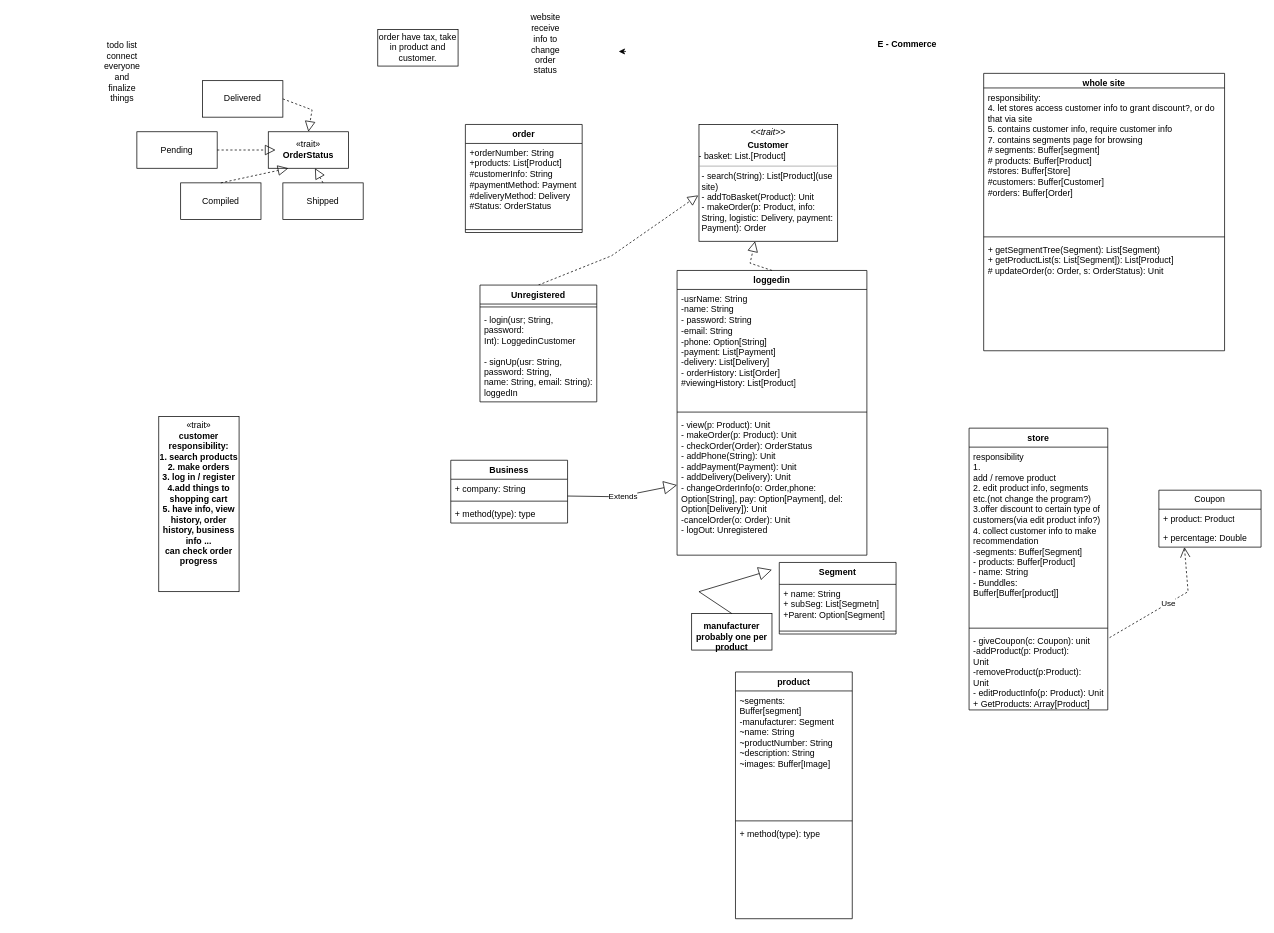
Earlier version of the draw.io diagram Untitled Diagram.drawio (picadud/StudioA). Source tidied: cells renumbered, new cells numbered last; positions are measured from the earlier drawing's top-left corner, leaving out a move shared by most shapes. Both pictures are drawn from the tidied source at 73%, with x=0, y=0 at pixel (100, 15).
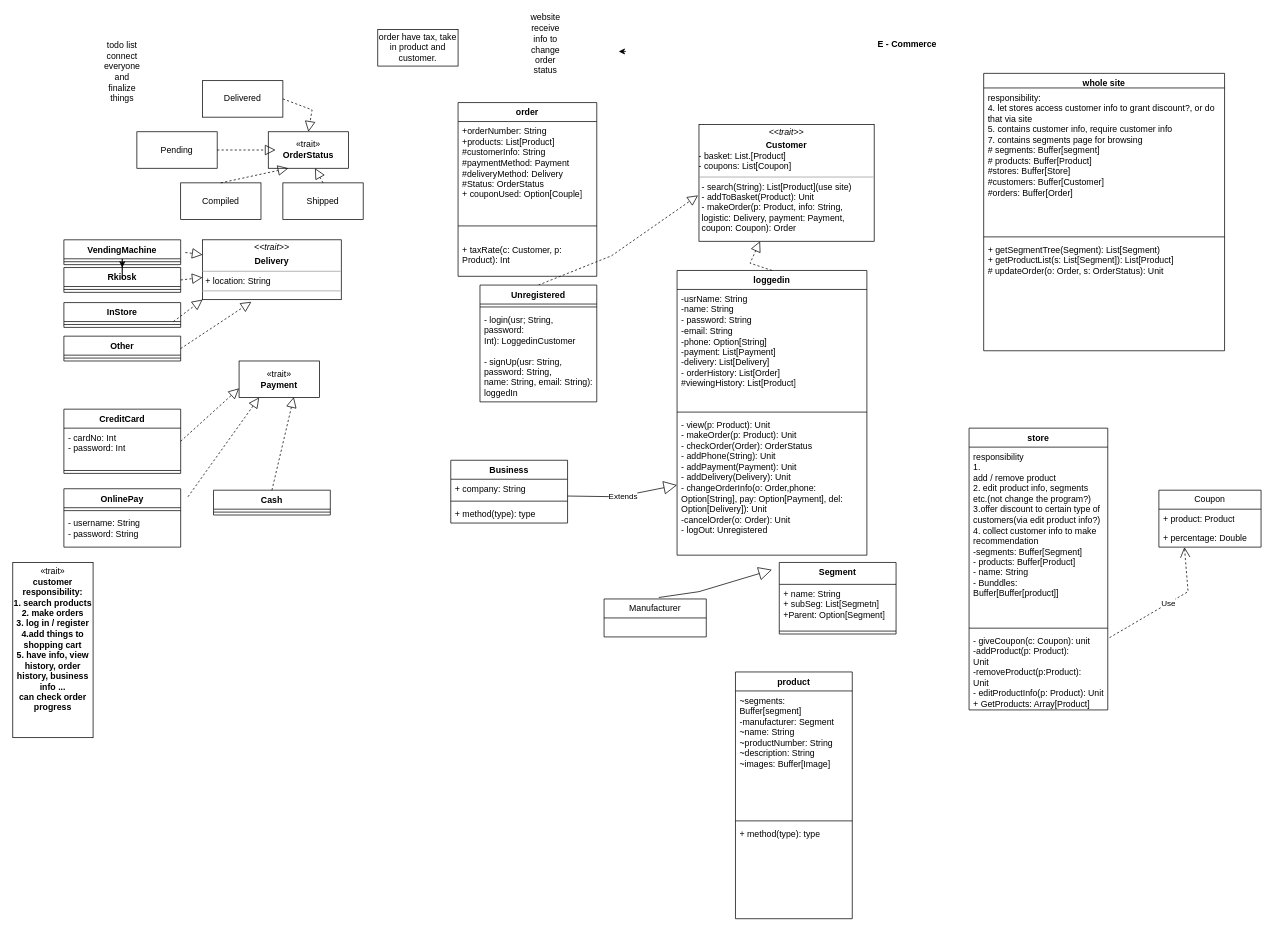
The same page after the edit.

What changed in the source:
```diff
@@
     <mxCell id="7" value="&lt;div&gt;«trait»&lt;/div&gt;&lt;div&gt;&lt;b&gt;customer&lt;/b&gt;&lt;/div&gt;&lt;div&gt;&lt;b&gt;responsibility:&lt;/b&gt;&lt;/div&gt;&lt;div&gt;&lt;b&gt;1. search products&lt;/b&gt;&lt;/div&gt;&lt;div&gt;&lt;b&gt;2. make orders&lt;/b&gt;&lt;/div&gt;&lt;div&gt;&lt;b&gt;3. log in / register&lt;/b&gt;&lt;/div&gt;&lt;div&gt;&lt;b&gt;4.add things to shopping cart&lt;/b&gt;&lt;/div&gt;&lt;div&gt;&lt;b&gt;5. have info, view history, order history, business info ...&lt;br&gt;&lt;/b&gt;&lt;/div&gt;&lt;div&gt;&lt;b&gt;can check order progress&lt;br&gt;&lt;/b&gt;&lt;/div&gt;&lt;div&gt;&lt;b&gt;&lt;br&gt;&lt;/b&gt;&lt;/div&gt;&lt;div&gt;&lt;b&gt;&lt;br&gt;&lt;/b&gt;&lt;/div&gt;" style="html=1;whiteSpace=wrap;" parent="1" vertex="1">
-      <mxGeometry x="80" y="550" width="110" height="240" as="geometry" />
+      <mxGeometry x="-120" y="750" width="110" height="240" as="geometry" />
     </mxCell>
@@
     <mxCell id="16" value="order" style="swimlane;fontStyle=1;align=center;verticalAlign=top;horizontal=1;startSize=26;whiteSpace=wrap;html=1;" parent="1" vertex="1">
-      <mxGeometry x="500" y="150" width="160" height="148" as="geometry" />
+      <mxGeometry x="490" y="120" width="190" height="238" as="geometry" />
     </mxCell>
-    <mxCell id="17" value="&lt;div&gt;+orderNumber: String&lt;/div&gt;&lt;div&gt;+products: List[Product]&lt;/div&gt;&lt;div&gt;#customerInfo: String&lt;/div&gt;&lt;div&gt;#paymentMethod: Payment&lt;/div&gt;&lt;div&gt;#deliveryMethod: Delivery&lt;/div&gt;&lt;div&gt;#Status: OrderStatus&lt;br&gt;&lt;/div&gt;" style="text;strokeColor=none;fillColor=none;align=left;verticalAlign=top;spacingLeft=4;spacingRight=4;overflow=hidden;whiteSpace=wrap;html=1;" parent="16" vertex="1">
-      <mxGeometry y="26" width="160" height="114" as="geometry" />
+    <mxCell id="17" value="&lt;div&gt;+orderNumber: String&lt;/div&gt;&lt;div&gt;+products: List[Product]&lt;/div&gt;&lt;div&gt;#customerInfo: String&lt;/div&gt;&lt;div&gt;#paymentMethod: Payment&lt;/div&gt;&lt;div&gt;#deliveryMethod: Delivery&lt;/div&gt;&lt;div&gt;#Status: OrderStatus&lt;/div&gt;&lt;div&gt;+ couponUsed: Option[Couple]&lt;br&gt;&lt;/div&gt;" style="text;strokeColor=none;fillColor=none;align=left;verticalAlign=top;spacingLeft=4;spacingRight=4;overflow=hidden;whiteSpace=wrap;html=1;" parent="16" vertex="1">
+      <mxGeometry y="26" width="190" height="124" as="geometry" />
     </mxCell>
     <mxCell id="18" style="line;strokeWidth=1;fillColor=none;align=left;verticalAlign=middle;spacingTop=-1;spacingLeft=3;spacingRight=3;labelPosition=right;strokeColor=inherit;" parent="16" vertex="1">
-      <mxGeometry y="140" width="160" height="8" as="geometry" />
+      <mxGeometry y="150" width="190" height="38" as="geometry" />
     </mxCell>
+    <mxCell id="57" value="+ taxRate(c: Customer, p: Product): Int" style="text;strokeColor=none;fillColor=none;align=left;verticalAlign=top;spacingLeft=4;spacingRight=4;overflow=hidden;whiteSpace=wrap;html=1;" parent="16" vertex="1">
+      <mxGeometry y="188" width="190" height="50" as="geometry" />
+    </mxCell>
@@
-    <mxCell id="27" value="&lt;div&gt;&lt;br&gt;&lt;/div&gt;&lt;div&gt;&lt;b&gt;manufacturer&lt;/b&gt;&lt;/div&gt;&lt;div&gt;&lt;b&gt;probably one per product&lt;br&gt;&lt;/b&gt;&lt;/div&gt;" style="html=1;whiteSpace=wrap;" parent="1" vertex="1">
-      <mxGeometry x="810" y="820" width="110" height="50" as="geometry" />
-    </mxCell>
-    <mxCell id="28" style="endArrow=block;endSize=16;endFill=0;html=1;rounded=0;exitX=0.5;exitY=0;exitDx=0;exitDy=0;" parent="1" edge="1" source="27">
+    <mxCell id="28" style="endArrow=block;endSize=16;endFill=0;html=1;rounded=0;exitX=0.5;exitY=0;exitDx=0;exitDy=0;" parent="1" edge="1">
       <mxGeometry relative="1" as="geometry">
+        <mxPoint x="765" y="798" as="sourcePoint" />
         <mxPoint x="920" y="760" as="targetPoint" />
         <Array as="points">
           <mxPoint x="820" y="790" />
         </Array>
       </mxGeometry>
     </mxCell>
@@
-    <mxCell id="37" value="&lt;p style=&quot;margin:0px;margin-top:4px;text-align:center;&quot;&gt;&lt;i&gt;&amp;lt;&amp;lt;trait&amp;gt;&amp;gt;&lt;/i&gt;&lt;/p&gt;&lt;p style=&quot;margin:0px;margin-top:4px;text-align:center;&quot;&gt;&lt;b&gt;Customer&lt;/b&gt;&lt;br&gt;&lt;/p&gt;- basket: List.[Product]&lt;br&gt;&lt;hr size=&quot;1&quot;&gt;&lt;p style=&quot;margin:0px;margin-left:4px;&quot;&gt;- search(String): List[Product](use site)&lt;br&gt;- addToBasket(Product): Unit&lt;/p&gt;&lt;p style=&quot;margin:0px;margin-left:4px;&quot;&gt;- makeOrder(p: Product, info: String, logistic: Delivery, payment: Payment): Order&lt;/p&gt;&lt;p style=&quot;margin:0px;margin-left:4px;&quot;&gt;&lt;br&gt;&lt;/p&gt;&lt;p style=&quot;margin:0px;margin-left:4px;&quot;&gt;&lt;br&gt;&lt;/p&gt;&lt;p style=&quot;margin:0px;margin-left:4px;&quot;&gt;&lt;br&gt;&lt;/p&gt;" style="verticalAlign=top;align=left;overflow=fill;fontSize=12;fontFamily=Helvetica;html=1;whiteSpace=wrap;" parent="1" vertex="1">
-      <mxGeometry x="820" y="150" width="190" height="160" as="geometry" />
+    <mxCell id="37" value="&lt;p style=&quot;margin:0px;margin-top:4px;text-align:center;&quot;&gt;&lt;i&gt;&amp;lt;&amp;lt;trait&amp;gt;&amp;gt;&lt;/i&gt;&lt;/p&gt;&lt;p style=&quot;margin:0px;margin-top:4px;text-align:center;&quot;&gt;&lt;b&gt;Customer&lt;/b&gt;&lt;br&gt;&lt;/p&gt;&lt;div&gt;- basket: List.[Product]&lt;/div&gt;&lt;div&gt;- coupons: List[Coupon]&lt;br&gt;&lt;/div&gt;&lt;hr size=&quot;1&quot;&gt;&lt;p style=&quot;margin:0px;margin-left:4px;&quot;&gt;- search(String): List[Product](use site)&lt;br&gt;- addToBasket(Product): Unit&lt;/p&gt;&lt;p style=&quot;margin:0px;margin-left:4px;&quot;&gt;- makeOrder(p: Product, info: String, logistic: Delivery, payment: Payment, coupon: Coupon): Order&lt;/p&gt;&lt;p style=&quot;margin:0px;margin-left:4px;&quot;&gt;&lt;br&gt;&lt;/p&gt;&lt;p style=&quot;margin:0px;margin-left:4px;&quot;&gt;&lt;br&gt;&lt;/p&gt;&lt;p style=&quot;margin:0px;margin-left:4px;&quot;&gt;&lt;br&gt;&lt;/p&gt;" style="verticalAlign=top;align=left;overflow=fill;fontSize=12;fontFamily=Helvetica;html=1;whiteSpace=wrap;" parent="1" vertex="1">
+      <mxGeometry x="820" y="150" width="240" height="160" as="geometry" />
     </mxCell>
@@
+    <mxCell id="58" value="&lt;p style=&quot;margin:0px;margin-top:4px;text-align:center;&quot;&gt;&lt;i&gt;&amp;lt;&amp;lt;trait&amp;gt;&amp;gt;&lt;/i&gt;&lt;b&gt;&lt;br&gt;&lt;/b&gt;&lt;/p&gt;&lt;p style=&quot;margin:0px;margin-top:4px;text-align:center;&quot;&gt;&lt;b&gt;Delivery&lt;/b&gt;&lt;br&gt;&lt;/p&gt;&lt;hr size=&quot;1&quot;&gt;&lt;p style=&quot;margin:0px;margin-left:4px;&quot;&gt;+ location: String&lt;/p&gt;&lt;hr size=&quot;1&quot;&gt;" style="verticalAlign=top;align=left;overflow=fill;fontSize=12;fontFamily=Helvetica;html=1;whiteSpace=wrap;" parent="1" vertex="1">
+      <mxGeometry x="140" y="308" width="190" height="82" as="geometry" />
+    </mxCell>
+    <mxCell id="59" value="Other" style="swimlane;fontStyle=1;align=center;verticalAlign=top;horizontal=1;startSize=26;whiteSpace=wrap;html=1;" parent="1" vertex="1">
+      <mxGeometry x="-50" y="440" width="160" height="34" as="geometry" />
+    </mxCell>
+    <mxCell id="60" style="line;strokeWidth=1;fillColor=none;align=left;verticalAlign=middle;spacingTop=-1;spacingLeft=3;spacingRight=3;labelPosition=right;strokeColor=inherit;" parent="59" vertex="1">
+      <mxGeometry y="26" width="160" height="8" as="geometry" />
+    </mxCell>
+    <mxCell id="61" value="Rkiosk" style="swimlane;fontStyle=1;align=center;verticalAlign=top;horizontal=1;startSize=26;whiteSpace=wrap;html=1;" parent="1" vertex="1">
+      <mxGeometry x="-50" y="346" width="160" height="34" as="geometry" />
+    </mxCell>
+    <mxCell id="62" style="line;strokeWidth=1;fillColor=none;align=left;verticalAlign=middle;spacingTop=-1;spacingLeft=3;spacingRight=3;labelPosition=right;strokeColor=inherit;" parent="61" vertex="1">
+      <mxGeometry y="26" width="160" height="8" as="geometry" />
+    </mxCell>
+    <mxCell id="63" style="edgeStyle=orthogonalEdgeStyle;rounded=0;jettySize=auto;html=1;" parent="1" edge="1" source="64" target="61">
+      <mxGeometry relative="1" as="geometry" />
+    </mxCell>
+    <mxCell id="64" value="VendingMachine" style="swimlane;fontStyle=1;align=center;verticalAlign=top;horizontal=1;startSize=26;whiteSpace=wrap;html=1;" parent="1" vertex="1">
+      <mxGeometry x="-50" y="308" width="160" height="34" as="geometry" />
+    </mxCell>
+    <mxCell id="65" style="line;strokeWidth=1;fillColor=none;align=left;verticalAlign=middle;spacingTop=-1;spacingLeft=3;spacingRight=3;labelPosition=right;strokeColor=inherit;" parent="64" vertex="1">
+      <mxGeometry y="26" width="160" height="8" as="geometry" />
+    </mxCell>
+    <mxCell id="66" value="InStore" style="swimlane;fontStyle=1;align=center;verticalAlign=top;horizontal=1;startSize=26;whiteSpace=wrap;html=1;" parent="1" vertex="1">
+      <mxGeometry x="-50" y="394" width="160" height="34" as="geometry" />
+    </mxCell>
+    <mxCell id="67" style="line;strokeWidth=1;fillColor=none;align=left;verticalAlign=middle;spacingTop=-1;spacingLeft=3;spacingRight=3;labelPosition=right;strokeColor=inherit;" parent="66" vertex="1">
+      <mxGeometry y="26" width="160" height="8" as="geometry" />
+    </mxCell>
+    <mxCell id="68" style="endArrow=block;dashed=1;endFill=0;endSize=12;html=1;rounded=0;exitX=1.04;exitY=0.51;exitDx=0;exitDy=0;exitPerimeter=0;entryX=0;entryY=0.25;entryDx=0;entryDy=0;" parent="1" edge="1" source="64" target="58">
+      <mxGeometry relative="1" as="geometry" />
+    </mxCell>
+    <mxCell id="69" style="endArrow=block;dashed=1;endFill=0;endSize=12;html=1;rounded=0;exitX=1;exitY=0.5;exitDx=0;exitDy=0;entryX=0.352;entryY=1.036;entryDx=0;entryDy=0;entryPerimeter=0;" parent="1" edge="1" source="59" target="58">
+      <mxGeometry relative="1" as="geometry" />
+    </mxCell>
+    <mxCell id="70" style="endArrow=block;dashed=1;endFill=0;endSize=12;html=1;rounded=0;entryX=0;entryY=1;entryDx=0;entryDy=0;" parent="1" edge="1" target="58">
+      <mxGeometry relative="1" as="geometry">
+        <mxPoint x="100" y="420" as="sourcePoint" />
+      </mxGeometry>
+    </mxCell>
+    <mxCell id="71" style="endArrow=block;dashed=1;endFill=0;endSize=12;html=1;rounded=0;exitX=1;exitY=0.5;exitDx=0;exitDy=0;" parent="1" edge="1" source="61" target="58">
+      <mxGeometry relative="1" as="geometry" />
+    </mxCell>
+    <mxCell id="72" value="&lt;div&gt;«trait»&lt;b&gt;&lt;br&gt;&lt;/b&gt;&lt;/div&gt;&lt;div&gt;&lt;b&gt;Payment&lt;/b&gt;&lt;/div&gt;" style="html=1;whiteSpace=wrap;" parent="1" vertex="1">
+      <mxGeometry x="190" y="474" width="110" height="50" as="geometry" />
+    </mxCell>
+    <mxCell id="73" value="CreditCard" style="swimlane;fontStyle=1;align=center;verticalAlign=top;horizontal=1;startSize=26;whiteSpace=wrap;html=1;" parent="1" vertex="1">
+      <mxGeometry x="-50" y="540" width="160" height="88" as="geometry" />
+    </mxCell>
+    <mxCell id="74" value="&lt;div&gt;- cardNo: Int&lt;/div&gt;&lt;div&gt;- password: Int&lt;br&gt;&lt;/div&gt;" style="text;strokeColor=none;fillColor=none;align=left;verticalAlign=top;spacingLeft=4;spacingRight=4;overflow=hidden;whiteSpace=wrap;html=1;" parent="73" vertex="1">
+      <mxGeometry y="26" width="160" height="54" as="geometry" />
+    </mxCell>
+    <mxCell id="75" style="line;strokeWidth=1;fillColor=none;align=left;verticalAlign=middle;spacingTop=-1;spacingLeft=3;spacingRight=3;labelPosition=right;strokeColor=inherit;" parent="73" vertex="1">
+      <mxGeometry y="80" width="160" height="8" as="geometry" />
+    </mxCell>
+    <mxCell id="76" value="Cash" style="swimlane;fontStyle=1;align=center;verticalAlign=top;horizontal=1;startSize=26;whiteSpace=wrap;html=1;" parent="1" vertex="1">
+      <mxGeometry x="155" y="651" width="160" height="34" as="geometry" />
+    </mxCell>
+    <mxCell id="77" style="line;strokeWidth=1;fillColor=none;align=left;verticalAlign=middle;spacingTop=-1;spacingLeft=3;spacingRight=3;labelPosition=right;strokeColor=inherit;" parent="76" vertex="1">
+      <mxGeometry y="26" width="160" height="8" as="geometry" />
+    </mxCell>
+    <mxCell id="78" value="OnlinePay" style="swimlane;fontStyle=1;align=center;verticalAlign=top;horizontal=1;startSize=26;whiteSpace=wrap;html=1;" parent="1" vertex="1">
+      <mxGeometry x="-50" y="649" width="160" height="80" as="geometry" />
+    </mxCell>
+    <mxCell id="79" style="line;strokeWidth=1;fillColor=none;align=left;verticalAlign=middle;spacingTop=-1;spacingLeft=3;spacingRight=3;labelPosition=right;strokeColor=inherit;" parent="78" vertex="1">
+      <mxGeometry y="26" width="160" height="8" as="geometry" />
+    </mxCell>
+    <mxCell id="80" value="&lt;div&gt;- username: String&lt;/div&gt;&lt;div&gt;- password: String&lt;br&gt;&lt;/div&gt;" style="text;strokeColor=none;fillColor=none;align=left;verticalAlign=top;spacingLeft=4;spacingRight=4;overflow=hidden;whiteSpace=wrap;html=1;" parent="78" vertex="1">
+      <mxGeometry y="34" width="160" height="46" as="geometry" />
+    </mxCell>
+    <mxCell id="81" style="endArrow=block;dashed=1;endFill=0;endSize=12;html=1;rounded=0;entryX=0.25;entryY=1;entryDx=0;entryDy=0;" parent="1" edge="1" target="72">
+      <mxGeometry relative="1" as="geometry">
+        <mxPoint x="120" y="660" as="sourcePoint" />
+      </mxGeometry>
+    </mxCell>
+    <mxCell id="82" style="endArrow=block;dashed=1;endFill=0;endSize=12;html=1;rounded=0;exitX=0.5;exitY=0;exitDx=0;exitDy=0;entryX=0.681;entryY=0.989;entryDx=0;entryDy=0;entryPerimeter=0;" parent="1" edge="1" source="76" target="72">
+      <mxGeometry relative="1" as="geometry" />
+    </mxCell>
+    <mxCell id="83" style="endArrow=block;dashed=1;endFill=0;endSize=12;html=1;rounded=0;exitX=1;exitY=0.5;exitDx=0;exitDy=0;entryX=0;entryY=0.75;entryDx=0;entryDy=0;" parent="1" edge="1" source="73" target="72">
+      <mxGeometry relative="1" as="geometry" />
+    </mxCell>
+    <mxCell id="84" value="Manufacturer" style="swimlane;fontStyle=0;horizontal=1;startSize=26;fillColor=none;whiteSpace=wrap;html=1;" parent="1" vertex="1">
+      <mxGeometry x="690" y="800" width="140" height="52" as="geometry" />
+    </mxCell>
```
